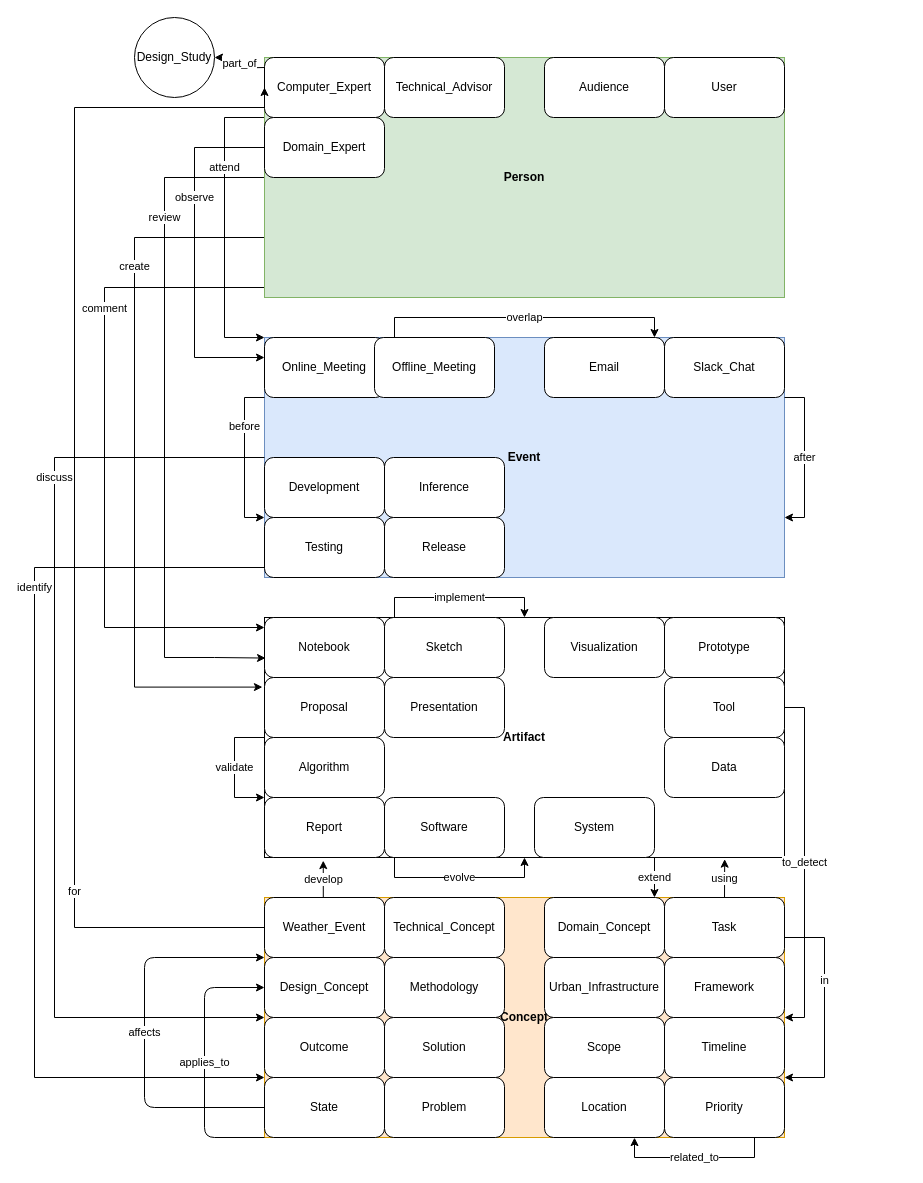
Earlier version of the draw.io diagram Manual-Annotation/MS Thesis/draw-io-files/Entities_and_Relationships.drawio (Vamsi-Dath/knowledge-graph). Source tidied: cells renumbered, new cells numbered last; positions are measured from the earlier drawing's top-left corner, leaving out a move shared by most shapes. Both pictures are drawn from the tidied source at 100%, with x=0, y=0 at pixel (34, 17).
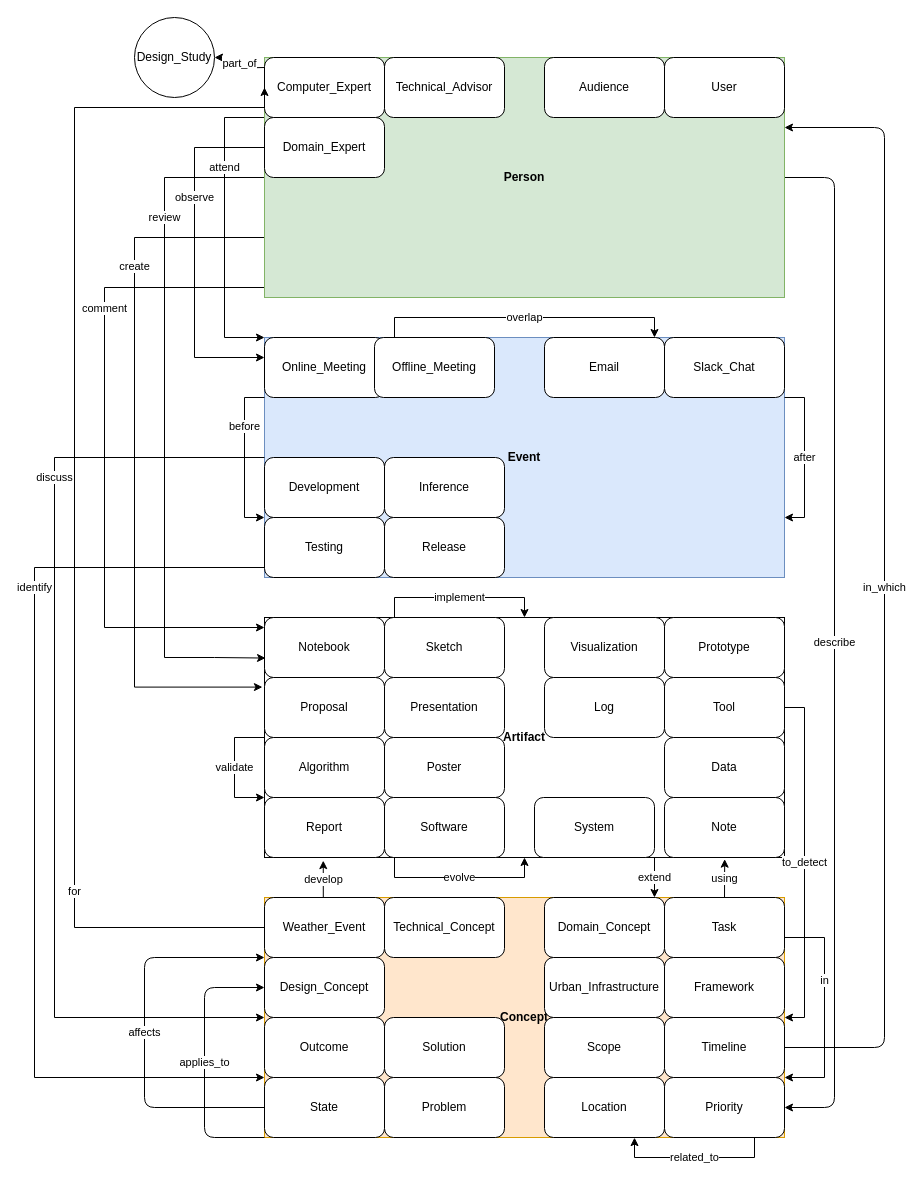
Above is the later version.

Unchanged cells that the change refers to:
```xml
<mxCell id="10" value="Person" style="rounded=0;whiteSpace=wrap;html=1;fillColor=#d5e8d4;strokeColor=#82b366;fontStyle=1;" parent="1" vertex="1">
  <mxGeometry x="230" y="40" width="520" height="240" as="geometry" />
</mxCell>
<mxCell id="53" value="Priority" style="rounded=1;whiteSpace=wrap;html=1;" parent="1" vertex="1">
  <mxGeometry x="630" y="1060" width="120" height="60" as="geometry" />
</mxCell>
<mxCell id="54" value="Timeline" style="rounded=1;whiteSpace=wrap;html=1;" parent="1" vertex="1">
  <mxGeometry x="630" y="1000" width="120" height="60" as="geometry" />
</mxCell>
```

What changed in the source:
```diff
@@
+    <mxCell id="71" value="describe" style="edgeStyle=none;html=1;exitX=1;exitY=0.5;exitDx=0;exitDy=0;entryX=1;entryY=0.5;entryDx=0;entryDy=0;" parent="1" edge="1" source="10" target="53">
+      <mxGeometry relative="1" as="geometry">
+        <Array as="points">
+          <mxPoint x="800" y="160" />
+          <mxPoint x="800" y="1090" />
+        </Array>
+      </mxGeometry>
+    </mxCell>
@@
+    <mxCell id="72" value="in_which" style="edgeStyle=none;html=1;exitX=1;exitY=0.5;exitDx=0;exitDy=0;" parent="1" edge="1" source="54">
+      <mxGeometry relative="1" as="geometry">
+        <mxPoint x="750" y="110" as="targetPoint" />
+        <Array as="points">
+          <mxPoint x="850" y="1030" />
+          <mxPoint x="850" y="110" />
+        </Array>
+      </mxGeometry>
+    </mxCell>
@@
-    <mxCell id="69" value="Methodology" style="rounded=1;whiteSpace=wrap;html=1;" parent="1" vertex="1">
-      <mxGeometry x="350" y="940" width="120" height="60" as="geometry" />
-    </mxCell>
@@
+    <mxCell id="73" value="Note" style="rounded=1;whiteSpace=wrap;html=1;" parent="1" vertex="1">
+      <mxGeometry x="630" y="780" width="120" height="60" as="geometry" />
+    </mxCell>
+    <mxCell id="74" value="Log" style="rounded=1;whiteSpace=wrap;html=1;" parent="1" vertex="1">
+      <mxGeometry x="510" y="660" width="120" height="60" as="geometry" />
+    </mxCell>
+    <mxCell id="75" value="Poster" style="rounded=1;whiteSpace=wrap;html=1;" parent="1" vertex="1">
+      <mxGeometry x="350" y="720" width="120" height="60" as="geometry" />
+    </mxCell>
```
